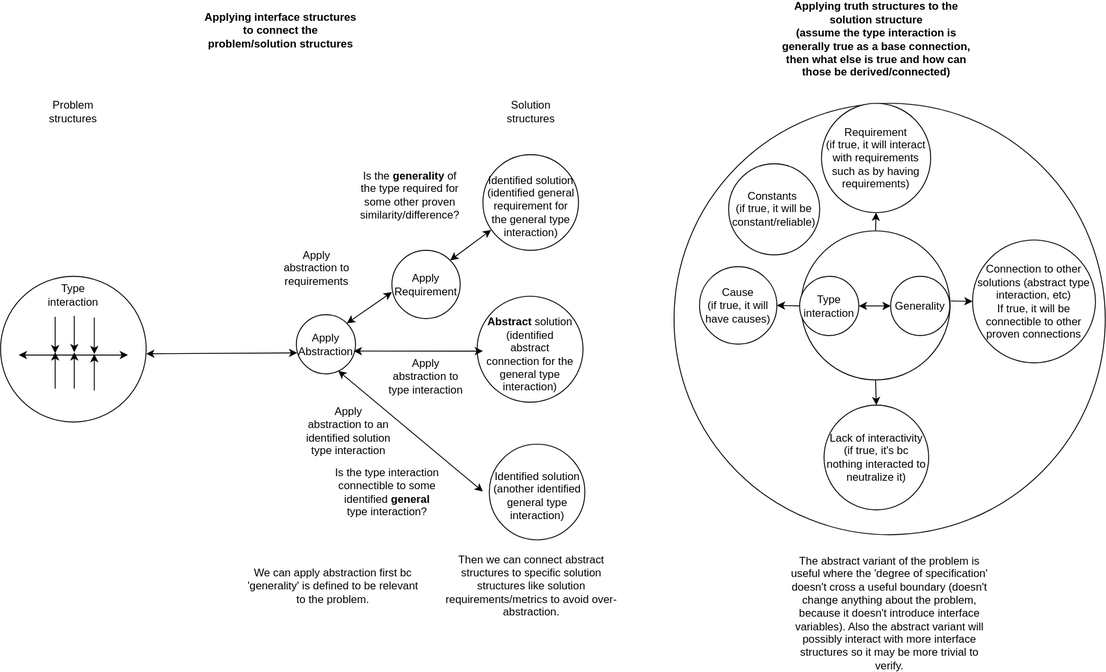
Before: docs/objects/proof_derivation_graphs.drawio.svg, a diagram exported from draw.io (outdreamer/build-a-cure). Source tidied: cells renumbered, new cells last; positions are measured from the earlier drawing's top-left corner, leaving out a move shared by most shapes.
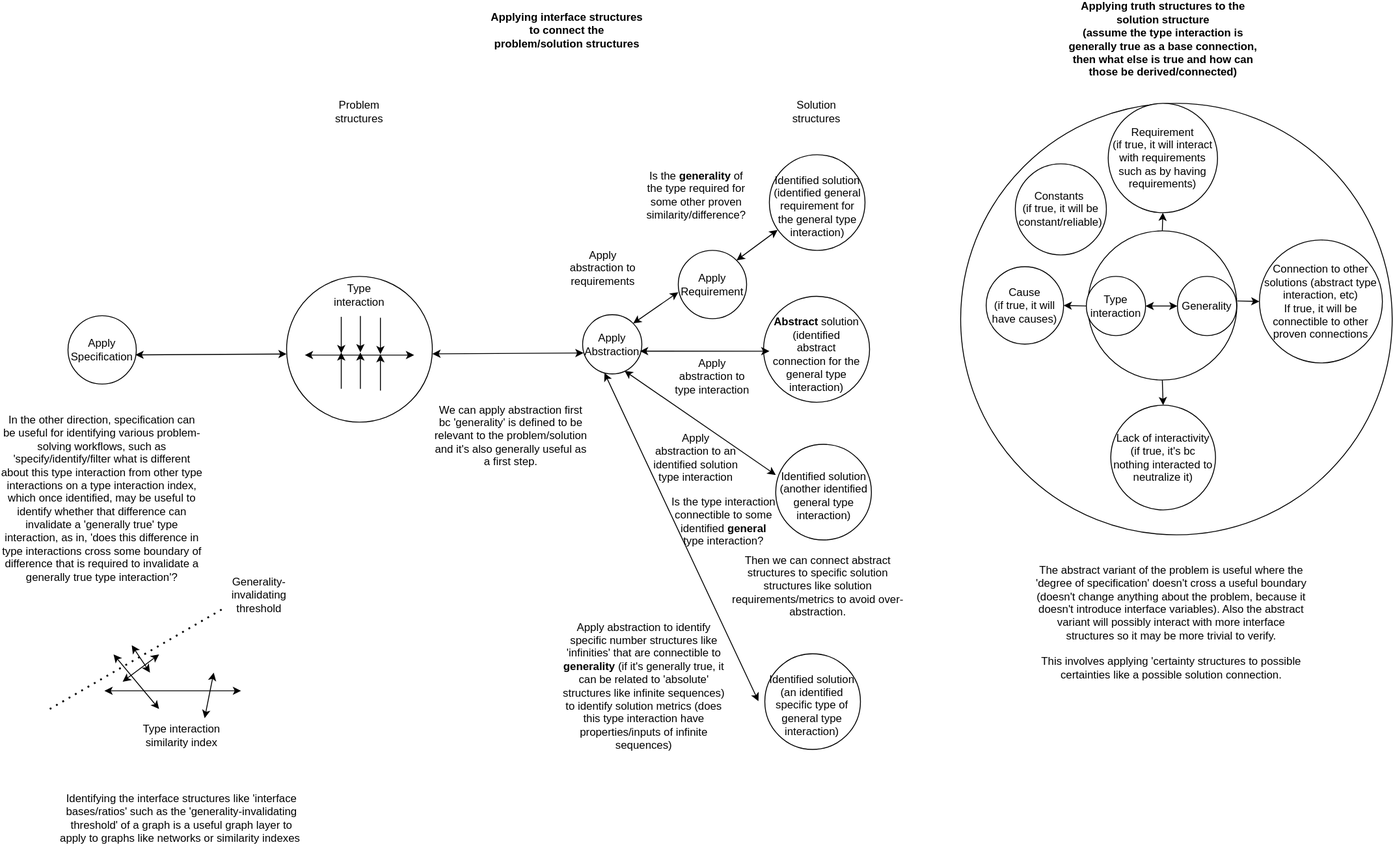
Above is the later version.

Change to the diagram source:
```diff
@@ -63,15 +63,13 @@
       <mxGeometry x="420" y="181.4" width="60" height="30" as="geometry" />
     </mxCell>
     <mxCell id="15" value="Is the type interaction connectible to some identified &lt;b&gt;general&lt;/b&gt; type interaction?" style="text;html=1;strokeColor=none;fillColor=none;align=center;verticalAlign=middle;whiteSpace=wrap;rounded=0;" parent="1" vertex="1">
-      <mxGeometry x="365" y="506.9" width="120" height="30" as="geometry" />
+      <mxGeometry x="420" y="538.8" width="120" height="30" as="geometry" />
     </mxCell>
     <mxCell id="16" value="Identified solution (another identified general type interaction)" style="text;html=1;strokeColor=none;fillColor=none;align=center;verticalAlign=middle;whiteSpace=wrap;rounded=0;" parent="1" vertex="1">
       <mxGeometry x="540" y="511.4" width="100" height="30" as="geometry" />
     </mxCell>
-    <mxCell id="17" style="endArrow=classic;startArrow=classic;html=1;rounded=0;exitX=0.708;exitY=0.948;exitDx=0;exitDy=0;exitPerimeter=0;" parent="1" edge="1" source="23">
-      <mxGeometry relative="1" as="geometry">
-        <mxPoint x="530" y="521.4" as="targetPoint" />
-      </mxGeometry>
+    <mxCell id="17" style="endArrow=classic;startArrow=classic;html=1;rounded=0;exitX=0.708;exitY=0.948;exitDx=0;exitDy=0;exitPerimeter=0;entryX=0;entryY=0.32;entryDx=0;entryDy=0;entryPerimeter=0;" parent="1" edge="1" source="23" target="5">
+      <mxGeometry relative="1" as="geometry" />
     </mxCell>
     <mxCell id="18" style="ellipse;whiteSpace=wrap;html=1;" parent="1" vertex="1">
       <mxGeometry x="530" y="151.4" width="105" height="105" as="geometry" />
@@ -120,8 +118,8 @@
     <mxCell id="32" value="Connection to other solutions (abstract type interaction, etc)&lt;br&gt;If true, it will be connectible to other proven connections" style="ellipse;whiteSpace=wrap;html=1;" parent="1" vertex="1">
       <mxGeometry x="1068" y="245" width="135" height="135" as="geometry" />
     </mxCell>
-    <mxCell id="33" value="The abstract variant of the problem is useful where the 'degree of specification' doesn't cross a useful boundary (doesn't change anything about the problem, because it doesn't introduce interface variables). Also the abstract variant will possibly interact with more interface structures so it may be more trivial to verify." style="text;html=1;strokeColor=none;fillColor=none;align=center;verticalAlign=middle;whiteSpace=wrap;rounded=0;" parent="1" vertex="1">
-      <mxGeometry x="866.9" y="640" width="220" height="30" as="geometry" />
+    <mxCell id="33" value="The abstract variant of the problem is useful where the 'degree of specification' doesn't cross a useful boundary (doesn't change anything about the problem, because it doesn't introduce interface variables). Also the abstract variant will possibly interact with more interface structures so it may be more trivial to verify.&lt;br&gt;&lt;br&gt;This involves applying 'certainty structures to possible certainties like a possible solution connection." style="text;html=1;strokeColor=none;fillColor=none;align=center;verticalAlign=middle;whiteSpace=wrap;rounded=0;" parent="1" vertex="1">
+      <mxGeometry x="820" y="650" width="303.1" height="30" as="geometry" />
     </mxCell>
     <mxCell id="34" style="endArrow=classic;html=1;rounded=0;entryX=0.5;entryY=1;entryDx=0;entryDy=0;exitX=0.5;exitY=0;exitDx=0;exitDy=0;" parent="1" edge="1" source="4" target="29">
       <mxGeometry relative="1" as="geometry" />
@@ -163,13 +161,84 @@
       <mxGeometry x="420" y="380" width="95" height="30" as="geometry" />
     </mxCell>
     <mxCell id="47" value="Apply&lt;br&gt;abstraction to an identified solution type interaction" style="text;html=1;strokeColor=none;fillColor=none;align=center;verticalAlign=middle;whiteSpace=wrap;rounded=0;" parent="1" vertex="1">
-      <mxGeometry x="325" y="440" width="115" height="30" as="geometry" />
+      <mxGeometry x="392.5" y="468.9" width="115" height="30" as="geometry" />
     </mxCell>
-    <mxCell id="48" value="We can apply abstraction first bc 'generality' is defined to be relevant to the problem." style="text;html=1;strokeColor=none;fillColor=none;align=center;verticalAlign=middle;whiteSpace=wrap;rounded=0;" parent="1" vertex="1">
-      <mxGeometry x="269" y="610" width="193" height="30" as="geometry" />
+    <mxCell id="48" value="We can apply abstraction first bc 'generality' is defined to be relevant to the problem/solution and it's also generally useful as a first step." style="text;html=1;strokeColor=none;fillColor=none;align=center;verticalAlign=middle;whiteSpace=wrap;rounded=0;" parent="1" vertex="1">
+      <mxGeometry x="160" y="445" width="173" height="30" as="geometry" />
     </mxCell>
     <mxCell id="49" value="Then we can connect abstract structures to specific solution structures like solution requirements/metrics to avoid over-abstraction." style="text;html=1;strokeColor=none;fillColor=none;align=center;verticalAlign=middle;whiteSpace=wrap;rounded=0;" parent="1" vertex="1">
       <mxGeometry x="486.5" y="610" width="193" height="30" as="geometry" />
     </mxCell>
+    <mxCell id="50" style="ellipse;whiteSpace=wrap;html=1;" parent="1" vertex="1">
+      <mxGeometry x="525" y="699.4" width="105" height="105" as="geometry" />
+    </mxCell>
+    <mxCell id="51" value="Apply abstraction to identify specific number structures like 'infinities' that are connectible to &lt;b&gt;generality &lt;/b&gt;(if it's generally true, it can be related to 'absolute' structures like infinite sequences) to identify solution metrics (does this type interaction have properties/inputs of infinite sequences)" style="text;html=1;strokeColor=none;fillColor=none;align=center;verticalAlign=middle;whiteSpace=wrap;rounded=0;" parent="1" vertex="1">
+      <mxGeometry x="300" y="720" width="185" height="30" as="geometry" />
+    </mxCell>
+    <mxCell id="52" value="Identified solution (an identified specific type of general type interaction)" style="text;html=1;strokeColor=none;fillColor=none;align=center;verticalAlign=middle;whiteSpace=wrap;rounded=0;" parent="1" vertex="1">
+      <mxGeometry x="527.5" y="741.4" width="100" height="30" as="geometry" />
+    </mxCell>
+    <mxCell id="53" style="endArrow=classic;startArrow=classic;html=1;rounded=0;exitX=0.369;exitY=0.984;exitDx=0;exitDy=0;exitPerimeter=0;" parent="1" edge="1" source="23">
+      <mxGeometry relative="1" as="geometry">
+        <mxPoint x="518" y="751.4" as="targetPoint" />
+      </mxGeometry>
+    </mxCell>
+    <mxCell id="54" value="Apply&lt;br&gt;Specification" style="ellipse;whiteSpace=wrap;html=1;" parent="1" vertex="1">
+      <mxGeometry x="-240" y="328.2" width="75" height="75" as="geometry" />
+    </mxCell>
+    <mxCell id="55" style="endArrow=classic;startArrow=classic;html=1;rounded=0;entryX=0.015;entryY=0.646;entryDx=0;entryDy=0;entryPerimeter=0;" parent="1" edge="1">
+      <mxGeometry relative="1" as="geometry">
+        <mxPoint x="-166" y="371.1" as="sourcePoint" />
+        <mxPoint y="370.2" as="targetPoint" />
+      </mxGeometry>
+    </mxCell>
+    <mxCell id="56" value="In the other direction, specification can be useful for identifying various problem-solving workflows, such as 'specify/identify/filter what is different about this type interaction from other type interactions on a type interaction index, which once identified, may be useful to identify whether that difference can invalidate a 'generally true' type interaction, as in, 'does this difference in type interactions cross some boundary of difference that is required to invalidate a generally true type interaction'?" style="text;html=1;strokeColor=none;fillColor=none;align=center;verticalAlign=middle;whiteSpace=wrap;rounded=0;" parent="1" vertex="1">
+      <mxGeometry x="-313.8" y="484.4" width="222.5" height="90" as="geometry" />
+    </mxCell>
+    <mxCell id="57" style="endArrow=classic;startArrow=classic;html=1;rounded=0;" parent="1" edge="1">
+      <mxGeometry relative="1" as="geometry">
+        <mxPoint x="-200" y="740" as="sourcePoint" />
+        <mxPoint x="-50" y="740" as="targetPoint" />
+      </mxGeometry>
+    </mxCell>
+    <mxCell id="58" style="endArrow=classic;startArrow=classic;html=1;rounded=0;" parent="1" edge="1">
+      <mxGeometry relative="1" as="geometry">
+        <mxPoint x="-190" y="700" as="sourcePoint" />
+        <mxPoint x="-140" y="760" as="targetPoint" />
+      </mxGeometry>
+    </mxCell>
+    <mxCell id="59" style="endArrow=classic;startArrow=classic;html=1;rounded=0;" parent="1" edge="1">
+      <mxGeometry relative="1" as="geometry">
+        <mxPoint x="-80" y="720" as="sourcePoint" />
+        <mxPoint x="-90" y="770" as="targetPoint" />
+      </mxGeometry>
+    </mxCell>
+    <mxCell id="60" style="endArrow=classic;startArrow=classic;html=1;rounded=0;" parent="1" edge="1">
+      <mxGeometry relative="1" as="geometry">
+        <mxPoint x="-140" y="700" as="sourcePoint" />
+        <mxPoint x="-180" y="730" as="targetPoint" />
+      </mxGeometry>
+    </mxCell>
+    <mxCell id="61" style="endArrow=classic;startArrow=classic;html=1;rounded=0;" parent="1" edge="1">
+      <mxGeometry relative="1" as="geometry">
+        <mxPoint x="-170" y="690" as="sourcePoint" />
+        <mxPoint x="-150" y="720" as="targetPoint" />
+      </mxGeometry>
+    </mxCell>
+    <mxCell id="62" style="endArrow=none;dashed=1;html=1;dashPattern=1 3;strokeWidth=2;rounded=0;" parent="1" edge="1">
+      <mxGeometry relative="1" as="geometry">
+        <mxPoint x="-260" y="760" as="sourcePoint" />
+        <mxPoint x="-70" y="650" as="targetPoint" />
+      </mxGeometry>
+    </mxCell>
+    <mxCell id="63" value="Type interaction similarity index" style="text;html=1;strokeColor=none;fillColor=none;align=center;verticalAlign=middle;whiteSpace=wrap;rounded=0;" parent="1" vertex="1">
+      <mxGeometry x="-170" y="774.4" width="110" height="30" as="geometry" />
+    </mxCell>
+    <mxCell id="64" value="Generality-invalidating threshold" style="text;html=1;strokeColor=none;fillColor=none;align=center;verticalAlign=middle;whiteSpace=wrap;rounded=0;" parent="1" vertex="1">
+      <mxGeometry x="-60" y="620" width="60" height="30" as="geometry" />
+    </mxCell>
+    <mxCell id="65" value="Identifying the interface structures like 'interface bases/ratios' such as the 'generality-invalidating threshold' of a graph is a useful graph layer to apply to graphs like networks or similarity indexes&amp;nbsp;" style="text;html=1;strokeColor=none;fillColor=none;align=center;verticalAlign=middle;whiteSpace=wrap;rounded=0;" parent="1" vertex="1">
+      <mxGeometry x="-250" y="850" width="270" height="60" as="geometry" />
+    </mxCell>
   </root>
 </mxGraphModel>
```
